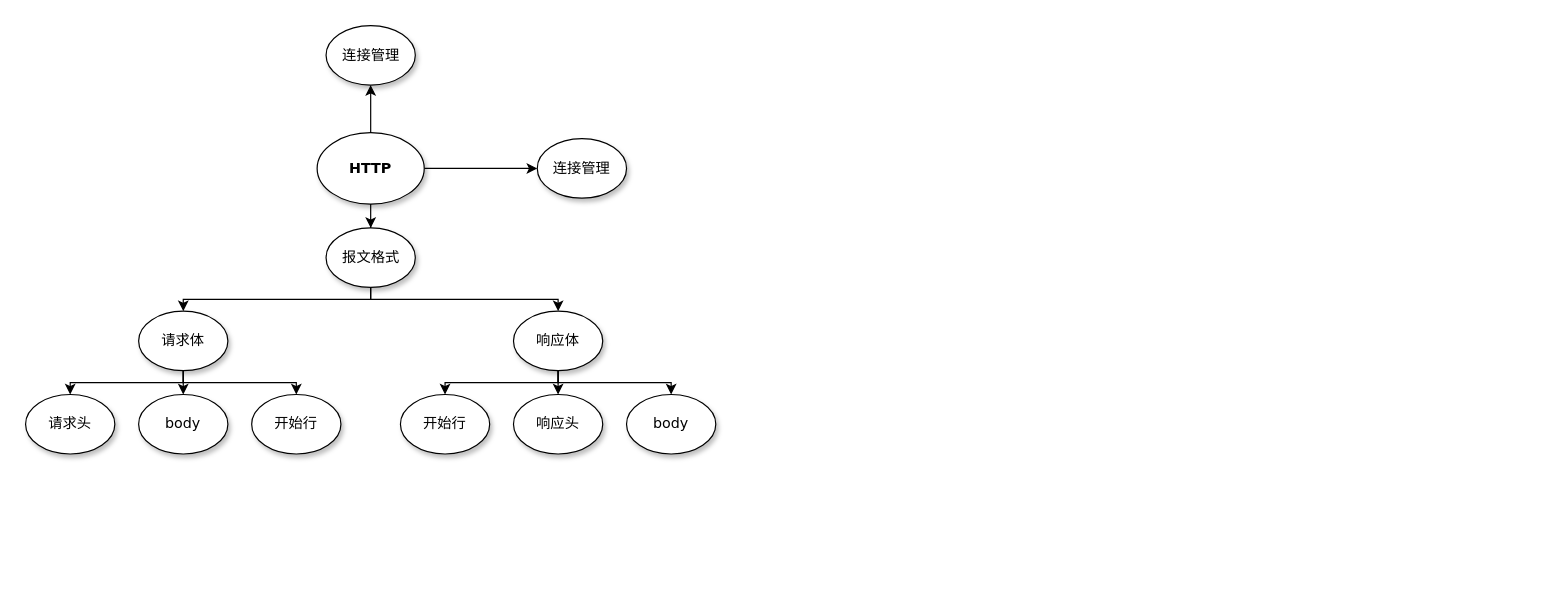
This is frontend/HTTP.drawio from Rockergmail/draw.io, a draw.io file, before an edit. Source tidied: cells renumbered, new cells numbered last; positions are measured from the earlier drawing's top-left corner, leaving out a move shared by most shapes. Both pictures are drawn from the tidied source at 119%, with x=0, y=0 at pixel (25, 25).
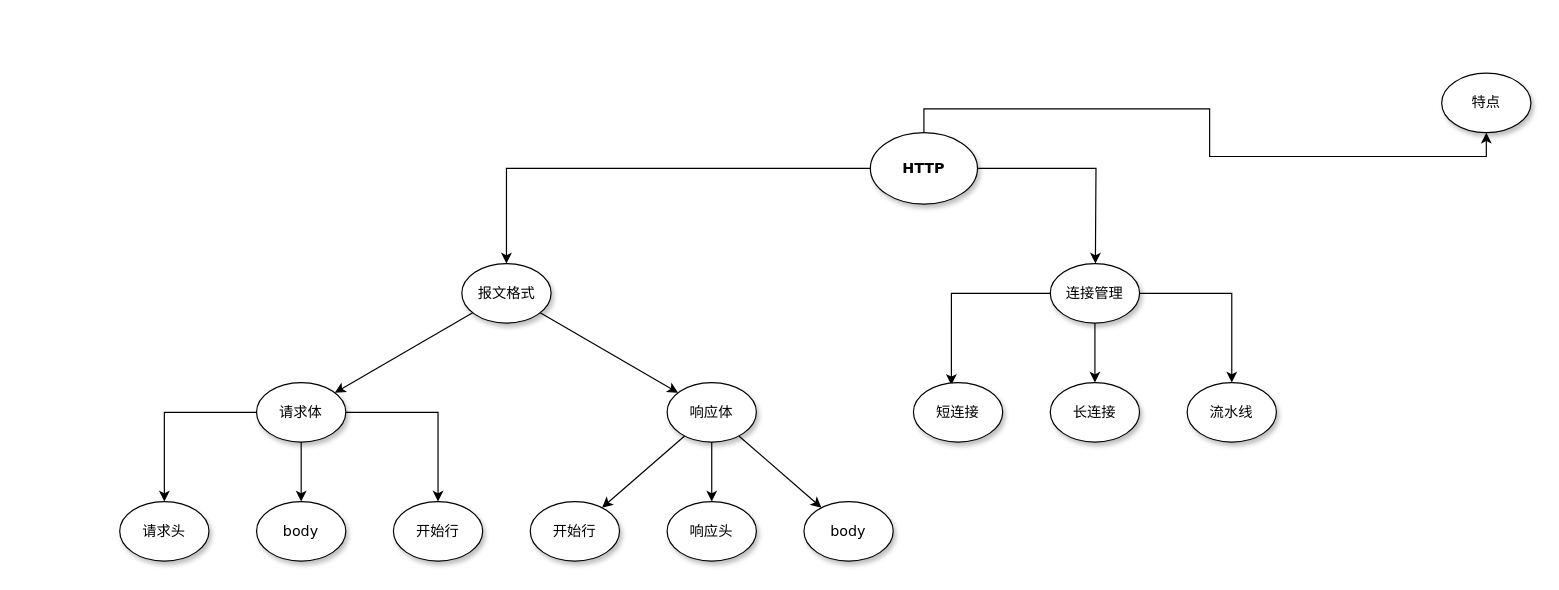
Above is the later version.

The edit, as a diff of the source:
```diff
@@
     <mxCell id="2" style="edgeStyle=orthogonalEdgeStyle;rounded=0;jettySize=auto;html=1;entryDx=0;entryDy=0;noEdgeStyle=1;strokeColor=none;" parent="1" edge="1" source="6" target="9">
-      <mxGeometry relative="1" as="geometry">
-        <Array as="points">
-          <mxPoint x="290" y="145" />
-          <mxPoint x="290" y="165" />
-        </Array>
-      </mxGeometry>
+      <mxGeometry relative="1" as="geometry" />
     </mxCell>
@@
-    <mxCell id="4" style="edgeStyle=orthogonalEdgeStyle;rounded=0;jettySize=auto;html=1;strokeColor=#000000;entryX=0;entryY=0.5;entryDx=0;entryDy=0;" parent="1" edge="1" source="6" target="24">
-      <mxGeometry relative="1" as="geometry" />
+    <mxCell id="4" style="edgeStyle=orthogonalEdgeStyle;rounded=0;jettySize=auto;html=1;strokeColor=#000000;" parent="1" edge="1" source="6">
+      <mxGeometry relative="1" as="geometry">
+        <mxPoint x="899" y="200" as="targetPoint" />
+      </mxGeometry>
     </mxCell>
@@
     <mxCell id="6" value="HTTP" style="ellipse;whiteSpace=wrap;html=1;rounded=0;shadow=1;comic=0;labelBackgroundColor=none;strokeWidth=1;fontFamily=Verdana;fontSize=12;align=center;fontStyle=1;" parent="1" vertex="1">
-      <mxGeometry x="245" y="90" width="90" height="60" as="geometry" />
+      <mxGeometry x="709.9" y="90" width="90" height="60" as="geometry" />
     </mxCell>
     <mxCell id="7" style="edgeStyle=orthogonalEdgeStyle;rounded=0;jettySize=auto;html=1;entryDx=0;entryDy=0;noEdgeStyle=1;" parent="1" edge="1" source="9" target="13">
-      <mxGeometry relative="1" as="geometry">
-        <Array as="points">
-          <mxPoint x="290" y="215" />
-          <mxPoint x="290" y="230" />
-          <mxPoint x="132.5" y="230" />
-          <mxPoint x="132.5" y="235" />
-        </Array>
-      </mxGeometry>
+      <mxGeometry relative="1" as="geometry" />
     </mxCell>
     <mxCell id="8" style="edgeStyle=orthogonalEdgeStyle;rounded=0;jettySize=auto;html=1;noEdgeStyle=1;" parent="1" edge="1" source="9" target="19">
-      <mxGeometry relative="1" as="geometry">
-        <Array as="points">
-          <mxPoint x="290" y="215" />
-          <mxPoint x="290" y="230" />
-          <mxPoint x="447.5" y="230" />
-          <mxPoint x="447.5" y="235" />
-        </Array>
-      </mxGeometry>
+      <mxGeometry relative="1" as="geometry" />
     </mxCell>
     <mxCell id="9" value="报文格式" style="ellipse;whiteSpace=wrap;html=1;rounded=0;shadow=1;comic=0;labelBackgroundColor=none;strokeWidth=1;fontFamily=Verdana;fontSize=12;align=center;" parent="1" vertex="1">
-      <mxGeometry x="252.5" y="170" width="75" height="50" as="geometry" />
+      <mxGeometry x="366.6" y="200" width="75" height="50" as="geometry" />
     </mxCell>
     <mxCell id="10" style="edgeStyle=orthogonalEdgeStyle;rounded=0;jettySize=auto;html=1;exitDx=0;exitDy=0;entryDx=0;entryDy=0;strokeColor=#000000;" parent="1" edge="1" source="13" target="14">
-      <mxGeometry relative="1" as="geometry">
-        <Array as="points">
-          <mxPoint x="132.5" y="285" />
-          <mxPoint x="132.5" y="300" />
-          <mxPoint x="37.5" y="300" />
-          <mxPoint x="37.5" y="305" />
-        </Array>
-      </mxGeometry>
+      <mxGeometry relative="1" as="geometry" />
     </mxCell>
     <mxCell id="11" style="edgeStyle=orthogonalEdgeStyle;rounded=0;jettySize=auto;html=1;exitDx=0;exitDy=0;entryDx=0;entryDy=0;strokeColor=#000000;" parent="1" edge="1" source="13" target="15">
-      <mxGeometry relative="1" as="geometry">
-        <Array as="points">
-          <mxPoint x="132.5" y="285" />
-          <mxPoint x="132.5" y="300" />
-          <mxPoint x="132.5" y="305" />
-        </Array>
-      </mxGeometry>
+      <mxGeometry relative="1" as="geometry" />
     </mxCell>
     <mxCell id="12" style="edgeStyle=orthogonalEdgeStyle;rounded=0;jettySize=auto;html=1;exitDx=0;exitDy=0;entryDx=0;entryDy=0;strokeColor=#000000;" parent="1" edge="1" source="13" target="23">
-      <mxGeometry relative="1" as="geometry">
-        <Array as="points">
-          <mxPoint x="132.5" y="285" />
-          <mxPoint x="132.5" y="300" />
-          <mxPoint x="227.5" y="300" />
-          <mxPoint x="227.5" y="305" />
-        </Array>
-      </mxGeometry>
+      <mxGeometry relative="1" as="geometry" />
     </mxCell>
     <mxCell id="13" value="请求体" style="ellipse;whiteSpace=wrap;html=1;rounded=0;shadow=1;comic=0;labelBackgroundColor=none;strokeWidth=1;fontFamily=Verdana;fontSize=12;align=center;" parent="1" vertex="1">
-      <mxGeometry x="95" y="240" width="75" height="50" as="geometry" />
+      <mxGeometry x="194.1" y="300" width="75" height="50" as="geometry" />
     </mxCell>
     <mxCell id="14" value="请求头&lt;br&gt;" style="ellipse;whiteSpace=wrap;html=1;rounded=0;shadow=1;comic=0;labelBackgroundColor=none;strokeWidth=1;fontFamily=Verdana;fontSize=12;align=center;" parent="1" vertex="1">
-      <mxGeometry y="310" width="75" height="50" as="geometry" />
+      <mxGeometry x="79.1" y="400" width="75" height="50" as="geometry" />
     </mxCell>
     <mxCell id="15" value="body" style="ellipse;whiteSpace=wrap;html=1;rounded=0;shadow=1;comic=0;labelBackgroundColor=none;strokeWidth=1;fontFamily=Verdana;fontSize=12;align=center;" parent="1" vertex="1">
-      <mxGeometry x="95" y="310" width="75" height="50" as="geometry" />
+      <mxGeometry x="194.1" y="400" width="75" height="50" as="geometry" />
     </mxCell>
     <mxCell id="16" style="edgeStyle=orthogonalEdgeStyle;rounded=0;jettySize=auto;html=1;noEdgeStyle=1;" parent="1" edge="1" source="19" target="20">
-      <mxGeometry relative="1" as="geometry">
-        <Array as="points">
-          <mxPoint x="447.5" y="285" />
-          <mxPoint x="447.5" y="300" />
-          <mxPoint x="352.5" y="300" />
-          <mxPoint x="352.5" y="305" />
-        </Array>
-      </mxGeometry>
+      <mxGeometry relative="1" as="geometry" />
     </mxCell>
     <mxCell id="17" style="edgeStyle=orthogonalEdgeStyle;rounded=0;jettySize=auto;html=1;noEdgeStyle=1;" parent="1" edge="1" source="19" target="21">
-      <mxGeometry relative="1" as="geometry">
-        <Array as="points">
-          <mxPoint x="447.5" y="285" />
-          <mxPoint x="447.5" y="300" />
-          <mxPoint x="447.5" y="305" />
-        </Array>
-      </mxGeometry>
+      <mxGeometry relative="1" as="geometry" />
     </mxCell>
     <mxCell id="18" style="edgeStyle=orthogonalEdgeStyle;rounded=0;jettySize=auto;html=1;noEdgeStyle=1;" parent="1" edge="1" source="19" target="22">
-      <mxGeometry relative="1" as="geometry">
-        <Array as="points">
-          <mxPoint x="447.5" y="285" />
-          <mxPoint x="447.5" y="300" />
-          <mxPoint x="542.5" y="300" />
-          <mxPoint x="542.5" y="305" />
-        </Array>
-      </mxGeometry>
+      <mxGeometry relative="1" as="geometry" />
     </mxCell>
     <mxCell id="19" value="响应体" style="ellipse;whiteSpace=wrap;html=1;rounded=0;shadow=1;comic=0;labelBackgroundColor=none;strokeWidth=1;fontFamily=Verdana;fontSize=12;align=center;" parent="1" vertex="1">
-      <mxGeometry x="410" y="240" width="75" height="50" as="geometry" />
+      <mxGeometry x="539.1" y="300" width="75" height="50" as="geometry" />
     </mxCell>
     <mxCell id="20" value="开始行" style="ellipse;whiteSpace=wrap;html=1;rounded=0;shadow=1;comic=0;labelBackgroundColor=none;strokeWidth=1;fontFamily=Verdana;fontSize=12;align=center;" parent="1" vertex="1">
-      <mxGeometry x="315" y="310" width="75" height="50" as="geometry" />
+      <mxGeometry x="424.1" y="400" width="75" height="50" as="geometry" />
     </mxCell>
     <mxCell id="21" value="响应头" style="ellipse;whiteSpace=wrap;html=1;rounded=0;shadow=1;comic=0;labelBackgroundColor=none;strokeWidth=1;fontFamily=Verdana;fontSize=12;align=center;" parent="1" vertex="1">
-      <mxGeometry x="410" y="310" width="75" height="50" as="geometry" />
+      <mxGeometry x="539.1" y="400" width="75" height="50" as="geometry" />
     </mxCell>
     <mxCell id="22" value="body" style="ellipse;whiteSpace=wrap;html=1;rounded=0;shadow=1;comic=0;labelBackgroundColor=none;strokeWidth=1;fontFamily=Verdana;fontSize=12;align=center;" parent="1" vertex="1">
-      <mxGeometry x="505" y="310" width="75" height="50" as="geometry" />
+      <mxGeometry x="654.1" y="400" width="75" height="50" as="geometry" />
     </mxCell>
     <mxCell id="23" value="开始行" style="ellipse;whiteSpace=wrap;html=1;rounded=0;shadow=1;comic=0;labelBackgroundColor=none;strokeWidth=1;fontFamily=Verdana;fontSize=12;align=center;" parent="1" vertex="1">
-      <mxGeometry x="190" y="310" width="75" height="50" as="geometry" />
+      <mxGeometry x="309.1" y="400" width="75" height="50" as="geometry" />
     </mxCell>
+    <mxCell id="26" style="edgeStyle=orthogonalEdgeStyle;rounded=0;jettySize=auto;html=1;" parent="1" edge="1" target="30">
+      <mxGeometry relative="1" as="geometry">
+        <mxPoint x="784" y="300" as="sourcePoint" />
+      </mxGeometry>
+    </mxCell>
+    <mxCell id="27" style="edgeStyle=orthogonalEdgeStyle;rounded=0;jettySize=auto;html=1;" parent="1" edge="1" source="24" target="31">
+      <mxGeometry relative="1" as="geometry" />
+    </mxCell>
+    <mxCell id="28" style="edgeStyle=orthogonalEdgeStyle;rounded=0;jettySize=auto;html=1;" parent="1" edge="1" source="24" target="32">
+      <mxGeometry relative="1" as="geometry" />
+    </mxCell>
+    <mxCell id="29" style="edgeStyle=orthogonalEdgeStyle;rounded=0;jettySize=auto;html=1;exitX=0;exitY=0.5;exitDx=0;exitDy=0;entryX=0.425;entryY=0.04;entryDx=0;entryDy=0;entryPerimeter=0;" parent="1" edge="1" source="24" target="30">
+      <mxGeometry relative="1" as="geometry" />
+    </mxCell>
     <mxCell id="24" value="连接管理" style="ellipse;whiteSpace=wrap;html=1;rounded=0;shadow=1;comic=0;labelBackgroundColor=none;strokeWidth=1;fontFamily=Verdana;fontSize=12;align=center;" parent="1" vertex="1">
-      <mxGeometry x="430" y="95" width="75" height="50" as="geometry" />
+      <mxGeometry x="861.1" y="200" width="75" height="50" as="geometry" />
     </mxCell>
-    <mxCell id="25" value="连接管理" style="ellipse;whiteSpace=wrap;html=1;rounded=0;shadow=1;comic=0;labelBackgroundColor=none;strokeWidth=1;fontFamily=Verdana;fontSize=12;align=center;" parent="1" vertex="1">
-      <mxGeometry x="252.5" width="75" height="50" as="geometry" />
+    <mxCell id="25" value="特点" style="ellipse;whiteSpace=wrap;html=1;rounded=0;shadow=1;comic=0;labelBackgroundColor=none;strokeWidth=1;fontFamily=Verdana;fontSize=12;align=center;" parent="1" vertex="1">
+      <mxGeometry x="1190" y="40" width="75" height="50" as="geometry" />
     </mxCell>
+    <mxCell id="30" value="短连接" style="ellipse;whiteSpace=wrap;html=1;rounded=0;shadow=1;comic=0;labelBackgroundColor=none;strokeWidth=1;fontFamily=Verdana;fontSize=12;align=center;" parent="1" vertex="1">
+      <mxGeometry x="746.1" y="300" width="75" height="50" as="geometry" />
+    </mxCell>
+    <mxCell id="31" value="长连接" style="ellipse;whiteSpace=wrap;html=1;rounded=0;shadow=1;comic=0;labelBackgroundColor=none;strokeWidth=1;fontFamily=Verdana;fontSize=12;align=center;" parent="1" vertex="1">
+      <mxGeometry x="861.1" y="300" width="75" height="50" as="geometry" />
+    </mxCell>
+    <mxCell id="32" value="流水线" style="ellipse;whiteSpace=wrap;html=1;rounded=0;shadow=1;comic=0;labelBackgroundColor=none;strokeWidth=1;fontFamily=Verdana;fontSize=12;align=center;" parent="1" vertex="1">
+      <mxGeometry x="976.1" y="300" width="75" height="50" as="geometry" />
+    </mxCell>
```
